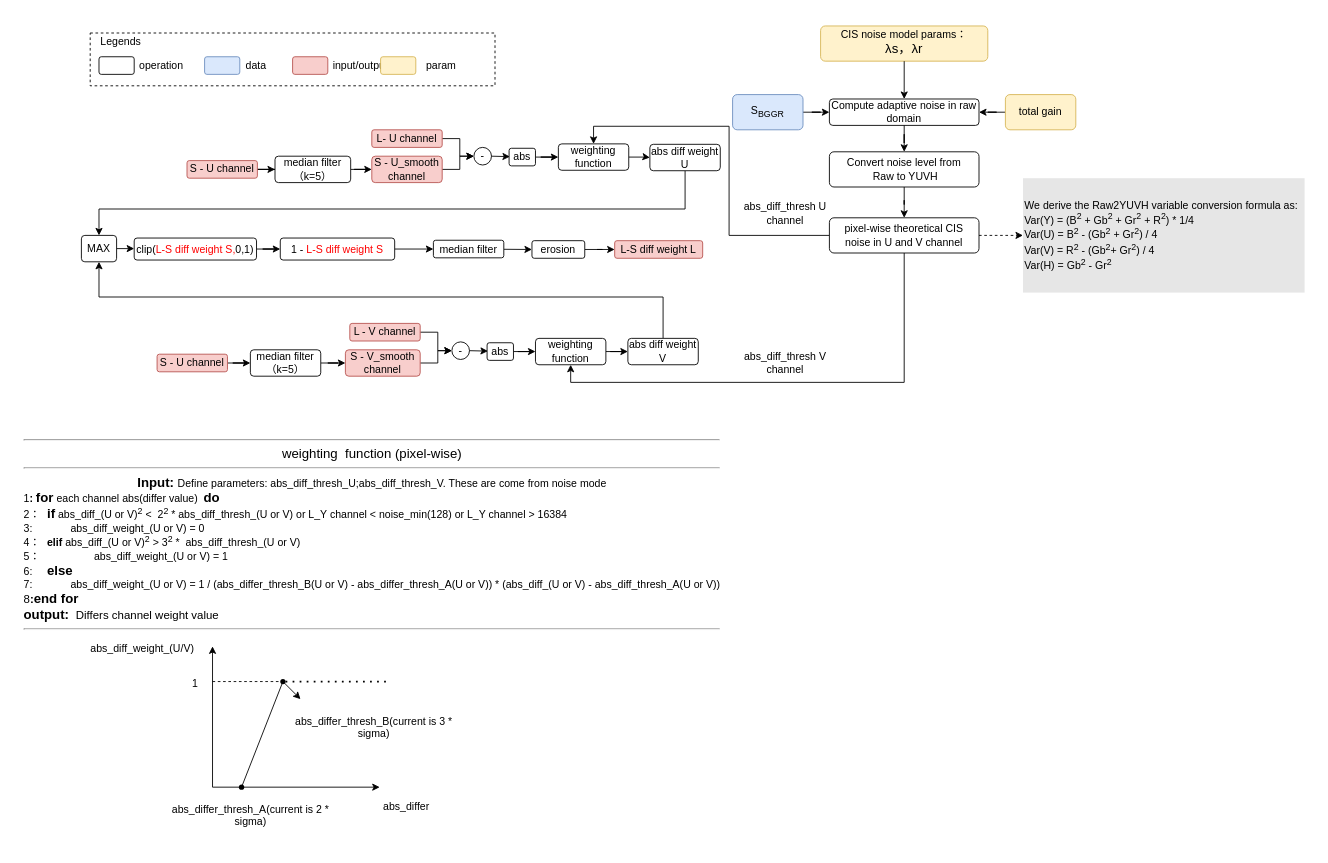
leixuehui/drawio keeps this draw.io diagram as page "L-S mask improve" (19 of 21) of sunshine.drawio. Above is the earlier version. Source tidied: cells renumbered, new cells numbered last; positions are measured from the earlier drawing's top-left corner, leaving out a move shared by most shapes. Both pictures are drawn from the tidied source at 88%, with x=0, y=0 at pixel (15, 24).
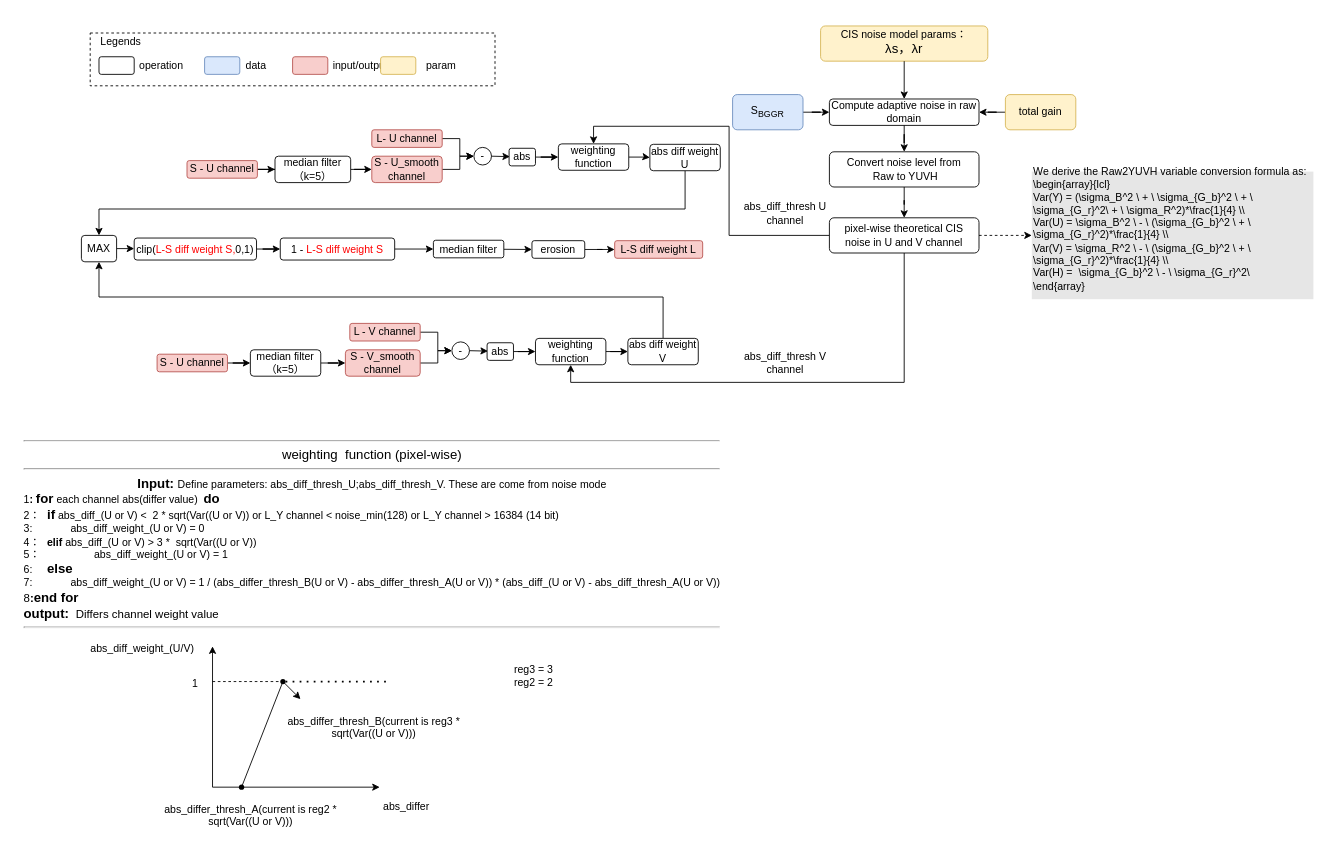
Above is the later version.

Unchanged cells that the change refers to:
```xml
<mxCell id="10" style="group;" parent="1" vertex="1">
  <mxGeometry x="35" y="460" width="775" height="477" as="geometry" />
</mxCell>
```

Diff of the diagram source:
```diff
@@
-    <mxCell id="11" value="&lt;div&gt;&lt;hr&gt;&lt;font style=&quot;font-size: 15px;&quot;&gt;weighting&amp;nbsp; function (pixel-wise)&lt;/font&gt;&lt;hr&gt;&lt;/div&gt;&lt;div&gt;&lt;b&gt;&lt;font style=&quot;font-size: 15px;&quot;&gt;Input: &lt;/font&gt;&lt;/b&gt;Define parameters: abs_diff_thresh_U;abs_diff_thresh_V. These are come from noise mode&lt;/div&gt;&lt;div align=&quot;left&quot;&gt;1&lt;b&gt;: &lt;font style=&quot;font-size: 15px;&quot;&gt;for&lt;/font&gt;&lt;/b&gt; each channel abs(differ value)&amp;nbsp; &lt;font style=&quot;font-size: 15px;&quot;&gt;&lt;b&gt;do&lt;/b&gt;&lt;/font&gt;&lt;/div&gt;&lt;div align=&quot;left&quot;&gt;2：&lt;span style=&quot;white-space: pre;&quot;&gt;&#9;&lt;b&gt;&lt;font style=&quot;font-size: 15px;&quot;&gt;if&lt;/font&gt;&lt;/b&gt; abs_diff_(U or V)&lt;sup&gt;2&lt;/sup&gt; &amp;lt;  &lt;/span&gt;2&lt;sup&gt;2&lt;/sup&gt; * abs_diff_thresh_(U or V) or L_Y channel &amp;lt; noise_min(128) or L_Y channel &amp;gt; 16384&lt;/div&gt;&lt;div align=&quot;left&quot;&gt;3:&amp;nbsp;&amp;nbsp;&amp;nbsp;&amp;nbsp;&amp;nbsp;&amp;nbsp;&amp;nbsp;&amp;nbsp;&amp;nbsp; &lt;span style=&quot;white-space: pre;&quot;&gt;&#9;&lt;/span&gt;abs_diff_weight_(U or V) = 0&lt;br&gt;&lt;/div&gt;&lt;div style=&quot;&quot; align=&quot;left&quot;&gt;4：&lt;span style=&quot;white-space: pre;&quot;&gt;&#9;&lt;/span&gt;&lt;b&gt;elif&lt;/b&gt;&amp;nbsp;&lt;span style=&quot;white-space: pre;&quot;&gt;abs_diff_(U or V)&lt;sup&gt;2&lt;/sup&gt;&lt;/span&gt;&lt;span style=&quot;white-space: pre;&quot;&gt; &amp;gt; 3&lt;sup&gt;2&lt;/sup&gt; *  &lt;/span&gt;abs_diff_thresh_(U or V)&lt;/div&gt;&lt;div align=&quot;left&quot;&gt;5：&amp;nbsp; &lt;span style=&quot;white-space: pre;&quot;&gt;&#9;&lt;/span&gt;&lt;span style=&quot;white-space: pre;&quot;&gt;&#9;&lt;/span&gt;abs_diff_weight_(U or V) = 1&lt;/div&gt;&lt;div align=&quot;left&quot;&gt;6:&lt;span style=&quot;white-space: pre;&quot;&gt;&#9;&lt;/span&gt;&lt;b&gt;&lt;font style=&quot;font-size: 15px;&quot;&gt;else &lt;/font&gt;&lt;/b&gt;&lt;br&gt;&lt;/div&gt;&lt;div align=&quot;left&quot;&gt;7:&lt;span style=&quot;white-space: pre;&quot;&gt;&#9;&lt;/span&gt;&lt;span style=&quot;white-space: pre;&quot;&gt;&#9;&lt;/span&gt;abs_diff_weight_(U or V) = 1 / (abs_differ_thresh_B(U or V) - abs_differ_thresh_A(U or V)) * (&lt;span style=&quot;white-space: pre;&quot;&gt;abs_diff_(U or V) - &lt;/span&gt;abs_diff_thresh_A(U or V))&lt;br&gt;&lt;/div&gt;&lt;div align=&quot;left&quot; style=&quot;font-size: 13px;&quot;&gt;8&lt;b&gt;:&lt;/b&gt;&lt;font style=&quot;font-size: 15px;&quot;&gt;&lt;b&gt;end for &lt;br&gt;&lt;/b&gt;&lt;/font&gt;&lt;/div&gt;&lt;div align=&quot;left&quot; style=&quot;font-size: 13px;&quot;&gt;&lt;font style=&quot;font-size: 15px;&quot;&gt;&lt;b&gt;output:&amp;nbsp;&lt;/b&gt;&lt;/font&gt;&lt;font style=&quot;font-size: 13px;&quot;&gt; Differs&amp;nbsp;&lt;/font&gt;&lt;font style=&quot;font-size: 13px;&quot;&gt;channel&lt;/font&gt;&lt;font style=&quot;font-size: 13px;&quot;&gt; &lt;/font&gt;weight &lt;font style=&quot;font-size: 13px;&quot;&gt;value&lt;font style=&quot;font-size: 13px;&quot;&gt;&lt;b&gt;&lt;br&gt;&lt;/b&gt;&lt;/font&gt;&lt;/font&gt;&lt;hr&gt;&lt;/div&gt;" style="text;html=1;align=center;verticalAlign=middle;strokeColor=none;fillColor=none;" parent="10" vertex="1">
+    <mxCell id="11" value="&lt;div&gt;&lt;hr&gt;&lt;font style=&quot;font-size: 15px;&quot;&gt;weighting&amp;nbsp; function (pixel-wise)&lt;/font&gt;&lt;hr&gt;&lt;/div&gt;&lt;div&gt;&lt;b&gt;&lt;font style=&quot;font-size: 15px;&quot;&gt;Input: &lt;/font&gt;&lt;/b&gt;Define parameters: abs_diff_thresh_U;abs_diff_thresh_V. These are come from noise mode&lt;/div&gt;&lt;div align=&quot;left&quot;&gt;1&lt;b&gt;: &lt;font style=&quot;font-size: 15px;&quot;&gt;for&lt;/font&gt;&lt;/b&gt; each channel abs(differ value)&amp;nbsp; &lt;font style=&quot;font-size: 15px;&quot;&gt;&lt;b&gt;do&lt;/b&gt;&lt;/font&gt;&lt;/div&gt;&lt;div align=&quot;left&quot;&gt;2：&lt;span style=&quot;white-space: pre;&quot;&gt;&#9;&lt;b&gt;&lt;font style=&quot;font-size: 15px;&quot;&gt;if&lt;/font&gt;&lt;/b&gt; abs_diff_(U or V) &amp;lt;  &lt;/span&gt;2 * sqrt(&lt;font&gt;Var(&lt;/font&gt;(U or V)) or L_Y channel &amp;lt; noise_min(128) or L_Y channel &amp;gt; 16384 (14 bit)&lt;/div&gt;&lt;div align=&quot;left&quot;&gt;3:&amp;nbsp;&amp;nbsp;&amp;nbsp;&amp;nbsp;&amp;nbsp;&amp;nbsp;&amp;nbsp;&amp;nbsp;&amp;nbsp; &lt;span style=&quot;white-space: pre;&quot;&gt;&#9;&lt;/span&gt;abs_diff_weight_(U or V) = 0&lt;br&gt;&lt;/div&gt;&lt;div style=&quot;&quot; align=&quot;left&quot;&gt;4：&lt;span style=&quot;white-space: pre;&quot;&gt;&#9;&lt;/span&gt;&lt;b&gt;elif&lt;/b&gt;&amp;nbsp;&lt;span style=&quot;white-space: pre;&quot;&gt;abs_diff_(U or V)&lt;/span&gt;&lt;span style=&quot;white-space: pre;&quot;&gt; &amp;gt; 3 *  &lt;/span&gt;sqrt(&lt;font&gt;Var(&lt;/font&gt;(U or V))&lt;/div&gt;&lt;div align=&quot;left&quot;&gt;5：&amp;nbsp; &lt;span style=&quot;white-space: pre;&quot;&gt;&#9;&lt;/span&gt;&lt;span style=&quot;white-space: pre;&quot;&gt;&#9;&lt;/span&gt;abs_diff_weight_(U or V) = 1&lt;/div&gt;&lt;div align=&quot;left&quot;&gt;6:&lt;span style=&quot;white-space: pre;&quot;&gt;&#9;&lt;/span&gt;&lt;b&gt;&lt;font style=&quot;font-size: 15px;&quot;&gt;else &lt;/font&gt;&lt;/b&gt;&lt;br&gt;&lt;/div&gt;&lt;div align=&quot;left&quot;&gt;7:&lt;span style=&quot;white-space: pre;&quot;&gt;&#9;&lt;/span&gt;&lt;span style=&quot;white-space: pre;&quot;&gt;&#9;&lt;/span&gt;abs_diff_weight_(U or V) = 1 / (abs_differ_thresh_B(U or V) - abs_differ_thresh_A(U or V)) * (&lt;span style=&quot;white-space: pre;&quot;&gt;abs_diff_(U or V) - &lt;/span&gt;abs_diff_thresh_A(U or V))&lt;br&gt;&lt;/div&gt;&lt;div align=&quot;left&quot; style=&quot;font-size: 13px;&quot;&gt;8&lt;b&gt;:&lt;/b&gt;&lt;font style=&quot;font-size: 15px;&quot;&gt;&lt;b&gt;end for &lt;br&gt;&lt;/b&gt;&lt;/font&gt;&lt;/div&gt;&lt;div align=&quot;left&quot; style=&quot;font-size: 13px;&quot;&gt;&lt;font style=&quot;font-size: 15px;&quot;&gt;&lt;b&gt;output:&amp;nbsp;&lt;/b&gt;&lt;/font&gt;&lt;font style=&quot;font-size: 13px;&quot;&gt; Differs&amp;nbsp;&lt;/font&gt;&lt;font style=&quot;font-size: 13px;&quot;&gt;channel&lt;/font&gt;&lt;font style=&quot;font-size: 13px;&quot;&gt; &lt;/font&gt;weight &lt;font style=&quot;font-size: 13px;&quot;&gt;value&lt;font style=&quot;font-size: 13px;&quot;&gt;&lt;b&gt;&lt;br&gt;&lt;/b&gt;&lt;/font&gt;&lt;/font&gt;&lt;hr&gt;&lt;/div&gt;" style="text;html=1;align=center;verticalAlign=middle;strokeColor=none;fillColor=none;" parent="10" vertex="1">
       <mxGeometry x="-35" width="810" height="240" as="geometry" />
     </mxCell>
     <mxCell id="12" style="group;labelBorderColor=none;shadow=0;glass=0;rounded=0;" parent="10" vertex="1">
-      <mxGeometry x="34" y="235" width="438" height="242" as="geometry" />
+      <mxGeometry x="34" y="235" width="448" height="242" as="geometry" />
     </mxCell>
@@
-    <mxCell id="16" value="&lt;div&gt;abs_differ_thresh_A(current is 2 * &lt;div&gt;sigma)&lt;/div&gt;&lt;/div&gt;&lt;div&gt;&lt;br&gt;&lt;/div&gt;" style="text;html=1;align=center;verticalAlign=middle;strokeColor=none;fillColor=none;labelBorderColor=none;" parent="12" vertex="1">
-      <mxGeometry x="97.5" y="182" width="200" height="60" as="geometry" />
+    <mxCell id="16" value="&lt;div&gt;abs_differ_thresh_A(current is reg2 * &lt;div&gt;&lt;span style=&quot;white-space: pre;&quot;&gt;&lt;/span&gt;sqrt(&lt;font&gt;Var(&lt;/font&gt;(U or V)))&lt;/div&gt;&lt;/div&gt;&lt;div&gt;&lt;br&gt;&lt;/div&gt;" style="text;html=1;align=center;verticalAlign=middle;strokeColor=none;fillColor=none;labelBorderColor=none;" parent="12" vertex="1">
+      <mxGeometry x="87.5" y="182" width="220" height="60" as="geometry" />
     </mxCell>
@@
-    <mxCell id="20" value="&lt;div&gt;abs_differ_thresh_B(current is 3 * &lt;div&gt;sigma)&lt;/div&gt;&lt;/div&gt;&lt;div&gt;&lt;br&gt;&lt;/div&gt;" style="text;html=1;align=center;verticalAlign=middle;strokeColor=none;fillColor=none;labelBorderColor=none;" parent="12" vertex="1">
-      <mxGeometry x="238" y="82" width="200" height="60" as="geometry" />
+    <mxCell id="20" value="&lt;div&gt;abs_differ_thresh_B(current is reg3 * &lt;div&gt;&lt;span style=&quot;white-space: pre;&quot;&gt;&lt;/span&gt;sqrt(&lt;font&gt;Var(&lt;/font&gt;(U or V)))&lt;/div&gt;&lt;/div&gt;&lt;div&gt;&lt;br&gt;&lt;/div&gt;" style="text;html=1;align=center;verticalAlign=middle;strokeColor=none;fillColor=none;labelBorderColor=none;" parent="12" vertex="1">
+      <mxGeometry x="228" y="82" width="220" height="60" as="geometry" />
     </mxCell>
@@
+    <mxCell id="91" value="&lt;div&gt;reg3 = 3&lt;/div&gt;&lt;div&gt;reg2 = 2&lt;/div&gt;" style="text;whiteSpace=wrap;html=1;" parent="10" vertex="1">
+      <mxGeometry x="530" y="260" width="60" height="40" as="geometry" />
+    </mxCell>
@@
-    <mxCell id="71" value="&lt;div align=&quot;left&quot;&gt;&lt;font&gt;We derive the Raw2YUVH variable conversion formula as:&lt;/font&gt;&lt;/div&gt;&lt;div align=&quot;left&quot;&gt;&lt;font&gt;Var(Y) = (B&lt;sup&gt;2&lt;/sup&gt; + &lt;/font&gt;&lt;font&gt;Gb&lt;sup&gt;2&lt;/sup&gt; + Gr&lt;sup&gt;2&lt;/sup&gt;&lt;/font&gt;&lt;font&gt; + R&lt;sup&gt;2&lt;/sup&gt;) * 1/4&lt;/font&gt;&lt;/div&gt;&lt;div align=&quot;left&quot;&gt;&lt;font&gt;Var(U) = B&lt;sup&gt;2&lt;/sup&gt; - (&lt;/font&gt;&lt;font&gt;Gb&lt;sup&gt;2&lt;/sup&gt; + Gr&lt;sup&gt;2&lt;/sup&gt;&lt;/font&gt;&lt;font&gt;) / 4 &lt;br&gt;Var(V) = R&lt;sup&gt;2&lt;/sup&gt; - (&lt;/font&gt;&lt;font&gt;Gb&lt;sup&gt;2&lt;/sup&gt;+ Gr&lt;/font&gt;&lt;font&gt;&lt;sup&gt;2&lt;/sup&gt;) / 4&lt;br&gt;Var(H) = Gb&lt;sup&gt;2&lt;/sup&gt; - Gr&lt;sup&gt;2&lt;/sup&gt;&lt;/font&gt;&lt;/div&gt;" style="text;html=1;align=left;verticalAlign=middle;whiteSpace=wrap;rounded=0;labelBackgroundColor=none;fillColor=#E6E6E6;" parent="1" vertex="1">
-      <mxGeometry x="1145" y="175" width="320" height="130" as="geometry" />
+    <mxCell id="71" value="&lt;div align=&quot;left&quot;&gt;&lt;font&gt;We derive the Raw2YUVH variable conversion formula as:&lt;/font&gt;&lt;/div&gt;\begin{array}{lcl} &amp;nbsp;&lt;br&gt;Var(Y) = (\sigma_B^2 \ + \ \sigma_{G_b}^2 \ + \ \sigma_{G_r}^2\ + \ \sigma_R^2)*\frac{1}{4} \\ &amp;nbsp;&lt;br&gt;Var(U) = \sigma_B^2 \ - \ (\sigma_{G_b}^2 \ + \ \sigma_{G_r}^2)*\frac{1}{4} \\&lt;br&gt;Var(V) = \sigma_R^2 \ - \ (\sigma_{G_b}^2 \ + \ \sigma_{G_r}^2)*\frac{1}{4} \\&lt;br&gt;Var(H) =&amp;nbsp; \sigma_{G_b}^2 \ - \ \sigma_{G_r}^2\&lt;br&gt;\end{array}&lt;div&gt;&lt;br/&gt;&lt;/div&gt;" style="text;html=1;align=left;verticalAlign=middle;whiteSpace=wrap;rounded=0;labelBackgroundColor=none;fillColor=#E6E6E6;" parent="1" vertex="1">
+      <mxGeometry x="1155" y="167.5" width="320" height="145" as="geometry" />
     </mxCell>
```
